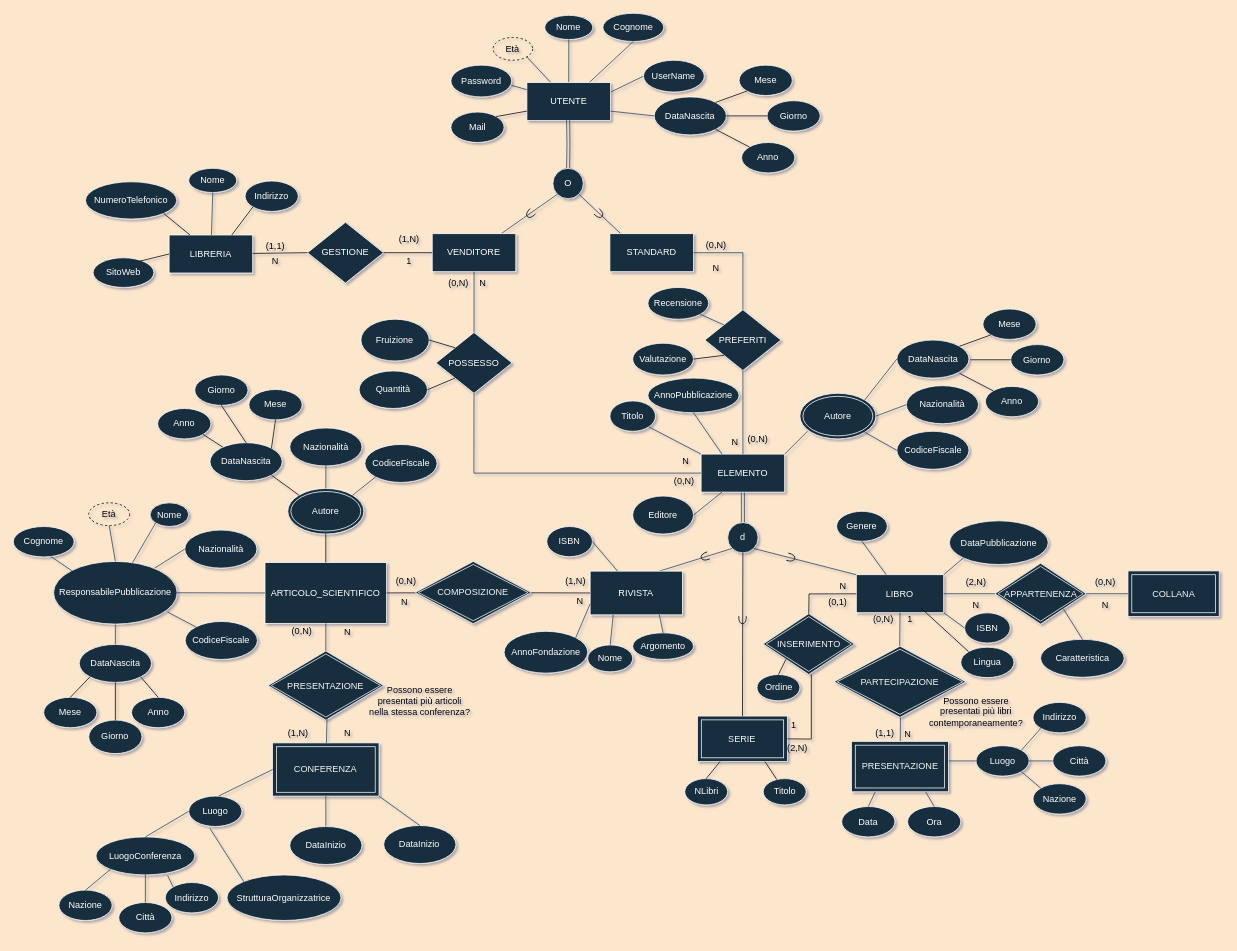
Earlier version of the draw.io diagram diagrammaER_v1.2.2.drawio (Giovk/Sistema-di-una-Bibleoteca-Digitale). Source tidied: cells renumbered, new cells numbered last; positions are measured from the earlier drawing's top-left corner, leaving out a move shared by most shapes. Both pictures are drawn from the tidied source at 76%, with x=0, y=0 at pixel (13, 13).
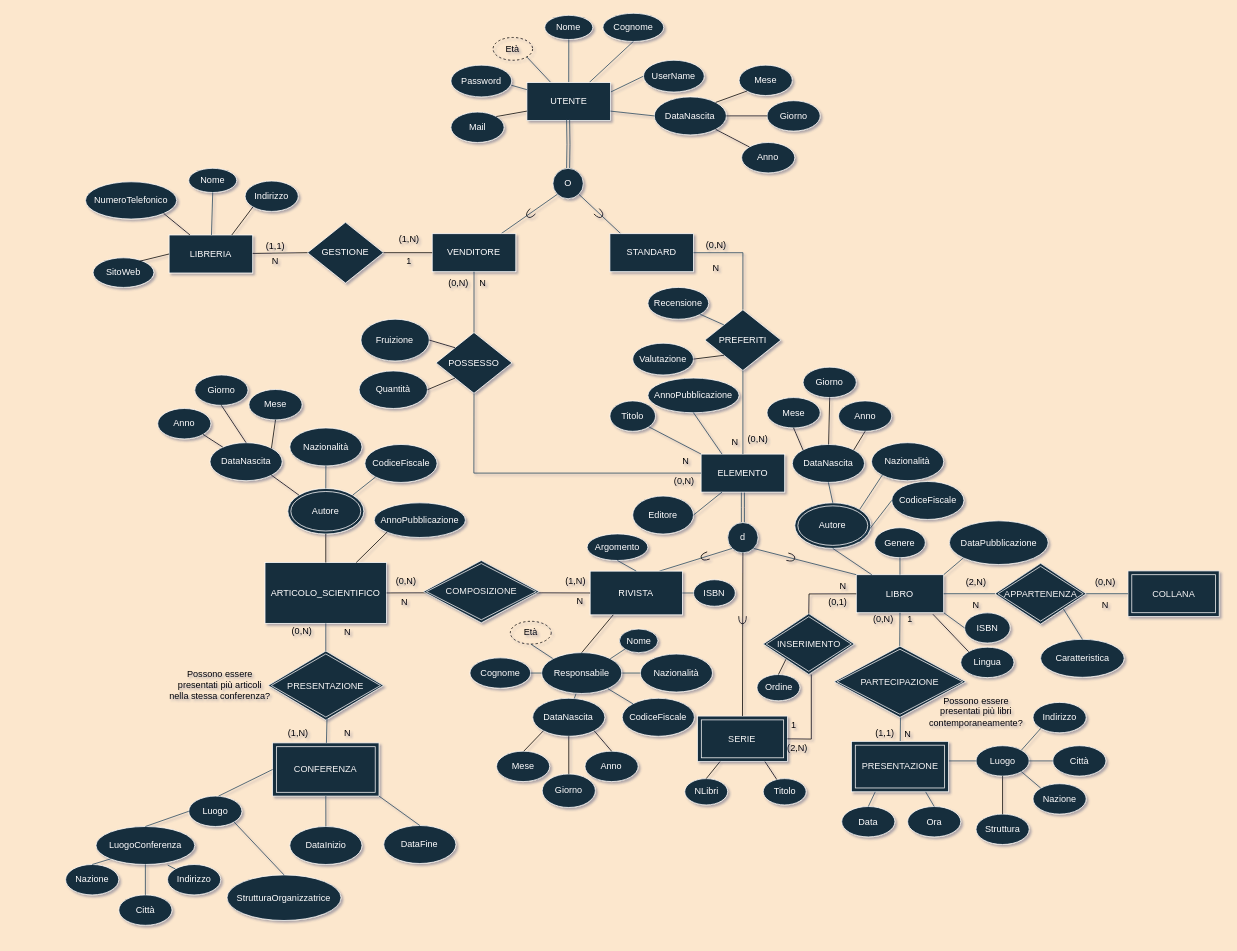
After the change.

The change refers to these unchanged cells:
```xml
<mxCell id="4" value="ARTICOLO_SCIENTIFICO" style="rounded=0;whiteSpace=wrap;html=1;fillColor=#182E3E;strokeColor=#FFFFFF;fontColor=#FFFFFF;" parent="1" vertex="1">
  <mxGeometry x="331.2" y="722.7" width="160" height="80" as="geometry" />
</mxCell>
<mxCell id="5" value="LIBRO" style="rounded=0;whiteSpace=wrap;html=1;fillColor=#182E3E;strokeColor=#FFFFFF;fontColor=#FFFFFF;" parent="1" vertex="1">
  <mxGeometry x="1109.2" y="738.7" width="115" height="50" as="geometry" />
</mxCell>
<mxCell id="20" value="Luogo" style="ellipse;whiteSpace=wrap;html=1;fillColor=#182E3E;strokeColor=#FFFFFF;fontColor=#FFFFFF;" parent="1" vertex="1">
  <mxGeometry x="1266.7" y="963.7" width="70" height="40" as="geometry" />
</mxCell>
<mxCell id="37" value="1" style="text;html=1;strokeColor=none;fillColor=none;align=center;verticalAlign=middle;whiteSpace=wrap;rounded=0;fontColor=#000000;" parent="1" vertex="1">
  <mxGeometry x="1150" y="783.2" width="60" height="30" as="geometry" />
</mxCell>
<mxCell id="52" value="Lingua" style="ellipse;whiteSpace=wrap;html=1;fillColor=#182E3E;strokeColor=#FFFFFF;fontColor=#FFFFFF;" parent="1" vertex="1">
  <mxGeometry x="1246.7" y="834.1" width="70" height="40" as="geometry" />
</mxCell>
<mxCell id="59" value="RIVISTA" style="rounded=0;whiteSpace=wrap;html=1;fillColor=#182E3E;strokeColor=#FFFFFF;fontColor=#FFFFFF;" parent="1" vertex="1">
  <mxGeometry x="759" y="734" width="121.4" height="57.5" as="geometry" />
</mxCell>
<mxCell id="78" value="Luogo" style="ellipse;whiteSpace=wrap;html=1;fillColor=#182E3E;strokeColor=#FFFFFF;fontColor=#FFFFFF;" parent="1" vertex="1">
  <mxGeometry x="230.8" y="1030" width="70" height="40" as="geometry" />
</mxCell>
<mxCell id="86" value="StrutturaOrganizzatrice" style="ellipse;whiteSpace=wrap;html=1;fillColor=#182E3E;strokeColor=#FFFFFF;fontColor=#FFFFFF;" parent="1" vertex="1">
  <mxGeometry x="281.2" y="1133.7" width="150" height="60" as="geometry" />
</mxCell>
```

The edit, as a diff of the source:
```diff
@@
     <mxCell id="10" value="Autore" style="ellipse;shape=doubleEllipse;whiteSpace=wrap;html=1;fillColor=#182E3E;strokeColor=#FFFFFF;fontColor=#FFFFFF;" parent="1" vertex="1">
-      <mxGeometry x="1035" y="500" width="100" height="60" as="geometry" />
+      <mxGeometry x="1028.3" y="644.1" width="100" height="60" as="geometry" />
     </mxCell>
-    <mxCell id="11" style="endArrow=none;html=1;rounded=0;labelBackgroundColor=#FCE7CD;strokeColor=#23445D;" parent="1" edge="1">
-      <mxGeometry relative="1" as="geometry">
-        <mxPoint x="1015" y="580" as="sourcePoint" />
-        <mxPoint x="1045" y="550" as="targetPoint" />
-      </mxGeometry>
+    <mxCell id="11" style="endArrow=none;html=1;rounded=0;labelBackgroundColor=#FCE7CD;strokeColor=#23445D;entryX=0.5;entryY=1;entryDx=0;entryDy=0;" parent="1" edge="1" source="5" target="10">
+      <mxGeometry relative="1" as="geometry" />
     </mxCell>
@@
     <mxCell id="41" value="DataNascita" style="ellipse;whiteSpace=wrap;html=1;fillColor=#182E3E;strokeColor=#FFFFFF;fontColor=#FFFFFF;" parent="1" vertex="1">
-      <mxGeometry x="1162.5" y="430" width="95" height="50" as="geometry" />
+      <mxGeometry x="1025" y="567.3" width="95" height="50" as="geometry" />
     </mxCell>
@@
     <mxCell id="43" value="CodiceFiscale" style="ellipse;whiteSpace=wrap;html=1;fillColor=#182E3E;strokeColor=#FFFFFF;fontColor=#FFFFFF;" parent="1" vertex="1">
-      <mxGeometry x="1162.5" y="550" width="95" height="50" as="geometry" />
+      <mxGeometry x="1155.8" y="616" width="95" height="50" as="geometry" />
     </mxCell>
@@
     <mxCell id="46" value="Nazionalità" style="ellipse;whiteSpace=wrap;html=1;strokeColor=#FFFFFF;fontColor=#FFFFFF;fillColor=#182E3E;" parent="1" vertex="1">
-      <mxGeometry x="1175" y="490" width="95" height="50" as="geometry" />
+      <mxGeometry x="1129.2" y="565" width="95" height="50" as="geometry" />
     </mxCell>
-    <mxCell id="47" style="endArrow=none;html=1;rounded=0;strokeColor=#23445D;entryX=0;entryY=0.5;entryDx=0;entryDy=0;exitX=1;exitY=0.5;exitDx=0;exitDy=0;" parent="1" edge="1" source="10" target="46">
+    <mxCell id="47" style="endArrow=none;html=1;rounded=0;strokeColor=#23445D;entryX=0;entryY=1;entryDx=0;entryDy=0;exitX=1;exitY=0;exitDx=0;exitDy=0;" parent="1" edge="1" source="10" target="46">
       <mxGeometry relative="1" as="geometry" />
     </mxCell>
@@
     <mxCell id="53" value="Genere" style="ellipse;whiteSpace=wrap;html=1;fillColor=#182E3E;strokeColor=#FFFFFF;fontColor=#FFFFFF;" parent="1" vertex="1">
-      <mxGeometry x="1083.3" y="655.3" width="66.7" height="39.4" as="geometry" />
+      <mxGeometry x="1133.3" y="676.9" width="66.7" height="39.4" as="geometry" />
     </mxCell>
@@
-    <mxCell id="61" value="Nome" style="ellipse;whiteSpace=wrap;html=1;fillColor=#182E3E;strokeColor=#FFFFFF;fontColor=#FFFFFF;" parent="1" vertex="1">
-      <mxGeometry x="755.8" y="831.1" width="59.2" height="35.4" as="geometry" />
-    </mxCell>
-    <mxCell id="62" style="endArrow=none;html=1;rounded=0;strokeColor=#23445D;fontColor=#000000;entryX=0.25;entryY=1;entryDx=0;entryDy=0;exitX=0.5;exitY=0;exitDx=0;exitDy=0;" parent="1" edge="1" source="61" target="59">
-      <mxGeometry relative="1" as="geometry" />
-    </mxCell>
     <mxCell id="63" value="Argomento" style="ellipse;whiteSpace=wrap;html=1;fillColor=#182E3E;strokeColor=#FFFFFF;fontColor=#FFFFFF;" parent="1" vertex="1">
-      <mxGeometry x="815" y="815.2" width="80" height="35" as="geometry" />
+      <mxGeometry x="755" y="685" width="80" height="35" as="geometry" />
     </mxCell>
-    <mxCell id="64" style="endArrow=none;html=1;rounded=0;strokeColor=#23445D;fontColor=#000000;entryX=0.5;entryY=0;entryDx=0;entryDy=0;exitX=0.75;exitY=1;exitDx=0;exitDy=0;" parent="1" edge="1" source="59" target="63">
+    <mxCell id="64" style="endArrow=none;html=1;rounded=0;strokeColor=#23445D;fontColor=#000000;entryX=0.5;entryY=1;entryDx=0;entryDy=0;exitX=0.5;exitY=0;exitDx=0;exitDy=0;" parent="1" edge="1" source="59" target="63">
       <mxGeometry relative="1" as="geometry" />
     </mxCell>
-    <mxCell id="65" value="AnnoFondazione" style="ellipse;whiteSpace=wrap;html=1;fillColor=#182E3E;strokeColor=#FFFFFF;fontColor=#FFFFFF;" parent="1" vertex="1">
-      <mxGeometry x="645.8" y="813.2" width="110" height="55" as="geometry" />
-    </mxCell>
-    <mxCell id="66" style="endArrow=none;html=1;rounded=0;strokeColor=#23445D;fontColor=#000000;exitX=1;exitY=0;exitDx=0;exitDy=0;entryX=0;entryY=0.75;entryDx=0;entryDy=0;" parent="1" edge="1" source="65" target="59">
-      <mxGeometry relative="1" as="geometry" />
-    </mxCell>
     <mxCell id="67" value="Nome" style="ellipse;whiteSpace=wrap;html=1;fillColor=#182E3E;strokeColor=#FFFFFF;fontColor=#FFFFFF;" parent="1" vertex="1">
-      <mxGeometry x="180" y="644.1" width="50.8" height="31.2" as="geometry" />
+      <mxGeometry x="797.5" y="810.1" width="50.8" height="31.2" as="geometry" />
     </mxCell>
     <mxCell id="68" value="Cognome" style="ellipse;whiteSpace=wrap;html=1;fillColor=#182E3E;strokeColor=#FFFFFF;fontColor=#FFFFFF;" parent="1" vertex="1">
-      <mxGeometry y="675.3" width="80" height="40" as="geometry" />
+      <mxGeometry x="600.8" y="848.1" width="80" height="40" as="geometry" />
     </mxCell>
     <mxCell id="69" value="DataNascita" style="ellipse;whiteSpace=wrap;html=1;fillColor=#182E3E;strokeColor=#FFFFFF;fontColor=#FFFFFF;" parent="1" vertex="1">
-      <mxGeometry x="86.8" y="830.4" width="95" height="50" as="geometry" />
+      <mxGeometry x="683.4" y="901.3" width="95" height="50" as="geometry" />
     </mxCell>
@@
     <mxCell id="71" value="CodiceFiscale" style="ellipse;whiteSpace=wrap;html=1;fillColor=#182E3E;strokeColor=#FFFFFF;fontColor=#FFFFFF;" parent="1" vertex="1">
-      <mxGeometry x="226.2" y="800.2" width="95" height="50" as="geometry" />
+      <mxGeometry x="801.2" y="901.3" width="95" height="50" as="geometry" />
     </mxCell>
     <mxCell id="72" value="Nazionalità" style="ellipse;whiteSpace=wrap;html=1;strokeColor=#FFFFFF;fontColor=#FFFFFF;fillColor=#182E3E;" parent="1" vertex="1">
-      <mxGeometry x="225.6" y="680" width="95" height="50" as="geometry" />
+      <mxGeometry x="825" y="843.1" width="95" height="50" as="geometry" />
     </mxCell>
-    <mxCell id="73" style="endArrow=none;html=1;rounded=0;strokeColor=#23445D;entryX=0;entryY=0.5;entryDx=0;entryDy=0;" parent="1" edge="1" source="76" target="72">
+    <mxCell id="73" style="endArrow=none;html=1;rounded=0;strokeColor=#23445D;entryX=0;entryY=0.5;entryDx=0;entryDy=0;exitX=1;exitY=0.5;exitDx=0;exitDy=0;" parent="1" edge="1" source="76" target="72">
       <mxGeometry relative="1" as="geometry" />
     </mxCell>
     <mxCell id="74" value="&lt;font color=&quot;#000000&quot;&gt;Età&lt;/font&gt;" style="ellipse;whiteSpace=wrap;html=1;align=center;dashed=1;strokeColor=#000000;fontColor=#FFFFFF;fillColor=none;" parent="1" vertex="1">
-      <mxGeometry x="99.3" y="644.1" width="53.8" height="30" as="geometry" />
+      <mxGeometry x="654" y="800" width="53.8" height="30" as="geometry" />
     </mxCell>
-    <mxCell id="75" style="endArrow=none;html=1;rounded=0;strokeColor=#23445D;fontColor=#000000;exitX=0.5;exitY=1;exitDx=0;exitDy=0;entryX=0.5;entryY=0;entryDx=0;entryDy=0;" parent="1" edge="1" source="74" target="76">
+    <mxCell id="75" style="endArrow=none;html=1;rounded=0;strokeColor=#23445D;fontColor=#000000;exitX=0.5;exitY=1;exitDx=0;exitDy=0;entryX=0;entryY=0;entryDx=0;entryDy=0;" parent="1" edge="1" source="74" target="76">
       <mxGeometry relative="1" as="geometry" />
     </mxCell>
-    <mxCell id="76" value="ResponsabilePubblicazione" style="ellipse;whiteSpace=wrap;html=1;fillColor=#182E3E;strokeColor=#FFFFFF;fontColor=#FFFFFF;" parent="1" vertex="1">
-      <mxGeometry x="53" y="721.2" width="162.6" height="82.5" as="geometry" />
+    <mxCell id="76" value="Responsabile" style="ellipse;whiteSpace=wrap;html=1;fillColor=#182E3E;strokeColor=#FFFFFF;fontColor=#FFFFFF;" parent="1" vertex="1">
+      <mxGeometry x="695.1" y="841.2" width="105.6" height="53.8" as="geometry" />
     </mxCell>
-    <mxCell id="77" style="endArrow=none;html=1;rounded=0;strokeColor=#23445D;fontColor=#000000;entryX=0.923;entryY=0.808;entryDx=0;entryDy=0;exitX=0;exitY=0;exitDx=0;exitDy=0;entryPerimeter=0;" parent="1" edge="1" source="71" target="76">
+    <mxCell id="77" style="endArrow=none;html=1;rounded=0;strokeColor=#23445D;fontColor=#000000;exitX=0;exitY=0;exitDx=0;exitDy=0;" parent="1" edge="1" source="71" target="76">
       <mxGeometry relative="1" as="geometry" />
     </mxCell>
@@
-    <mxCell id="82" value="DataInizio" style="ellipse;whiteSpace=wrap;html=1;fillColor=#182E3E;strokeColor=#FFFFFF;fontColor=#FFFFFF;" parent="1" vertex="1">
+    <mxCell id="82" value="DataFine" style="ellipse;whiteSpace=wrap;html=1;fillColor=#182E3E;strokeColor=#FFFFFF;fontColor=#FFFFFF;" parent="1" vertex="1">
       <mxGeometry x="487.4" y="1068.7" width="95" height="50" as="geometry" />
     </mxCell>
@@
     <mxCell id="84" value="LuogoConferenza" style="ellipse;whiteSpace=wrap;html=1;fillColor=#182E3E;strokeColor=#FFFFFF;fontColor=#FFFFFF;" parent="1" vertex="1">
-      <mxGeometry x="108.8" y="1083.7" width="130" height="50" as="geometry" />
+      <mxGeometry x="108.8" y="1070" width="130" height="50" as="geometry" />
     </mxCell>
@@
-    <mxCell id="87" style="endArrow=none;html=1;rounded=0;strokeColor=#23445D;fontColor=#000000;exitX=0.398;exitY=1.059;exitDx=0;exitDy=0;entryX=0;entryY=0;entryDx=0;entryDy=0;exitPerimeter=0;" parent="1" edge="1" source="78" target="86">
+    <mxCell id="87" style="endArrow=none;html=1;rounded=0;strokeColor=#23445D;fontColor=#000000;exitX=1;exitY=1;exitDx=0;exitDy=0;entryX=0.5;entryY=0;entryDx=0;entryDy=0;" parent="1" edge="1" source="78" target="86">
       <mxGeometry relative="1" as="geometry" />
     </mxCell>
     <mxCell id="88" value="Nazione" style="ellipse;whiteSpace=wrap;html=1;fillColor=#182E3E;strokeColor=#FFFFFF;fontColor=#FFFFFF;" parent="1" vertex="1">
-      <mxGeometry x="60" y="1153.7" width="70" height="40" as="geometry" />
+      <mxGeometry x="68.8" y="1120" width="70" height="40" as="geometry" />
     </mxCell>
@@
     <mxCell id="90" value="Città" style="ellipse;whiteSpace=wrap;html=1;fillColor=#182E3E;strokeColor=#FFFFFF;fontColor=#FFFFFF;" parent="1" vertex="1">
-      <mxGeometry x="138.8" y="1170" width="70" height="40" as="geometry" />
+      <mxGeometry x="138.8" y="1160" width="70" height="40" as="geometry" />
     </mxCell>
@@
     <mxCell id="92" value="Indirizzo" style="ellipse;whiteSpace=wrap;html=1;fillColor=#182E3E;strokeColor=#FFFFFF;fontColor=#FFFFFF;" parent="1" vertex="1">
-      <mxGeometry x="200" y="1143.7" width="70" height="40" as="geometry" />
+      <mxGeometry x="202.9" y="1120" width="70" height="40" as="geometry" />
     </mxCell>
@@
-    <mxCell id="94" style="endArrow=none;html=1;rounded=0;strokeColor=#23445D;fontColor=#000000;entryX=0;entryY=0.5;entryDx=0;entryDy=0;" parent="1" edge="1" source="76">
-      <mxGeometry relative="1" as="geometry">
-        <mxPoint x="331.2" y="762.7" as="targetPoint" />
-      </mxGeometry>
-    </mxCell>
-    <mxCell id="95" style="endArrow=none;html=1;rounded=0;strokeColor=#23445D;fontColor=#000000;entryX=0.615;entryY=0.98;entryDx=0;entryDy=0;entryPerimeter=0;exitX=0;exitY=0;exitDx=0;exitDy=0;" parent="1" edge="1" source="76" target="68">
+    <mxCell id="95" style="endArrow=none;html=1;rounded=0;strokeColor=#23445D;fontColor=#000000;entryX=1;entryY=0.5;entryDx=0;entryDy=0;exitX=0;exitY=0.5;exitDx=0;exitDy=0;" parent="1" edge="1" source="76" target="68">
       <mxGeometry relative="1" as="geometry" />
     </mxCell>
-    <mxCell id="96" style="endArrow=none;html=1;rounded=0;strokeColor=#23445D;fontColor=#000000;exitX=0;exitY=1;exitDx=0;exitDy=0;" parent="1" edge="1" source="67" target="76">
+    <mxCell id="96" style="endArrow=none;html=1;rounded=0;strokeColor=#23445D;fontColor=#000000;exitX=0;exitY=1;exitDx=0;exitDy=0;entryX=1;entryY=0;entryDx=0;entryDy=0;" parent="1" edge="1" source="67" target="76">
       <mxGeometry relative="1" as="geometry" />
     </mxCell>
@@
-    <mxCell id="102" style="endArrow=none;html=1;rounded=0;strokeColor=#23445D;fontColor=#000000;entryX=0;entryY=0.5;entryDx=0;entryDy=0;exitX=1;exitY=0;exitDx=0;exitDy=0;" parent="1" edge="1" source="10" target="41">
+    <mxCell id="102" style="endArrow=none;html=1;rounded=0;strokeColor=#23445D;fontColor=#000000;entryX=0.5;entryY=1;entryDx=0;entryDy=0;exitX=0.5;exitY=0;exitDx=0;exitDy=0;" parent="1" edge="1" source="10" target="41">
       <mxGeometry relative="1" as="geometry" />
     </mxCell>
@@
     <mxCell id="130" value="ISBN" style="ellipse;whiteSpace=wrap;html=1;fillColor=#182E3E;strokeColor=#FFFFFF;fontColor=#FFFFFF;" parent="1" vertex="1">
-      <mxGeometry x="702" y="675.3" width="60" height="39.7" as="geometry" />
+      <mxGeometry x="895" y="745.3" width="55" height="34.9" as="geometry" />
     </mxCell>
-    <mxCell id="131" style="endArrow=none;html=1;rounded=0;strokeColor=#23445D;fontColor=#000000;exitX=1;exitY=0.5;exitDx=0;exitDy=0;" parent="1" edge="1" source="130" target="59">
+    <mxCell id="131" style="endArrow=none;html=1;rounded=0;strokeColor=#23445D;fontColor=#000000;exitX=0;exitY=0.5;exitDx=0;exitDy=0;entryX=1;entryY=0.5;entryDx=0;entryDy=0;" parent="1" edge="1" source="130" target="59">
       <mxGeometry relative="1" as="geometry" />
     </mxCell>
@@
     <mxCell id="167" value="Mese" style="ellipse;whiteSpace=wrap;html=1;fillColor=#182E3E;strokeColor=#FFFFFF;fontColor=#FFFFFF;" parent="1" vertex="1">
-      <mxGeometry x="1275.8" y="389.1" width="70" height="40" as="geometry" />
+      <mxGeometry x="991.7" y="505.6" width="70" height="40" as="geometry" />
     </mxCell>
     <mxCell id="168" value="Giorno" style="ellipse;whiteSpace=wrap;html=1;fillColor=#182E3E;strokeColor=#FFFFFF;fontColor=#FFFFFF;" parent="1" vertex="1">
-      <mxGeometry x="1312.4" y="435.9" width="70" height="40" as="geometry" />
+      <mxGeometry x="1039.2" y="465.6" width="70" height="40" as="geometry" />
     </mxCell>
     <mxCell id="169" value="Anno" style="ellipse;whiteSpace=wrap;html=1;fillColor=#182E3E;strokeColor=#FFFFFF;fontColor=#FFFFFF;" parent="1" vertex="1">
-      <mxGeometry x="1279.1" y="490.9" width="70" height="40" as="geometry" />
+      <mxGeometry x="1085.8" y="510" width="70" height="40" as="geometry" />
     </mxCell>
-    <mxCell id="170" style="endArrow=none;html=1;rounded=0;entryX=0;entryY=1;entryDx=0;entryDy=0;exitX=1;exitY=0;exitDx=0;exitDy=0;" parent="1" edge="1" target="167">
-      <mxGeometry relative="1" as="geometry">
-        <mxPoint x="1245" y="438.1" as="sourcePoint" />
-      </mxGeometry>
+    <mxCell id="170" style="endArrow=none;html=1;rounded=0;entryX=0.5;entryY=1;entryDx=0;entryDy=0;exitX=0;exitY=0;exitDx=0;exitDy=0;" parent="1" edge="1" source="41" target="167">
+      <mxGeometry relative="1" as="geometry" />
     </mxCell>
-    <mxCell id="171" style="endArrow=none;html=1;rounded=0;entryX=0;entryY=0.5;entryDx=0;entryDy=0;" parent="1" edge="1" target="168">
-      <mxGeometry relative="1" as="geometry">
-        <mxPoint x="1259.1" y="455.9" as="sourcePoint" />
-      </mxGeometry>
+    <mxCell id="171" style="endArrow=none;html=1;rounded=0;entryX=0.5;entryY=1;entryDx=0;entryDy=0;" parent="1" edge="1" source="41" target="168">
+      <mxGeometry relative="1" as="geometry" />
     </mxCell>
-    <mxCell id="172" style="endArrow=none;html=1;rounded=0;entryX=0;entryY=0;entryDx=0;entryDy=0;exitX=1;exitY=1;exitDx=0;exitDy=0;" parent="1" edge="1" target="169">
-      <mxGeometry relative="1" as="geometry">
-        <mxPoint x="1245" y="473.7" as="sourcePoint" />
-      </mxGeometry>
+    <mxCell id="172" style="endArrow=none;html=1;rounded=0;entryX=0.5;entryY=1;entryDx=0;entryDy=0;exitX=1;exitY=0;exitDx=0;exitDy=0;" parent="1" edge="1" source="41" target="169">
+      <mxGeometry relative="1" as="geometry" />
     </mxCell>
     <mxCell id="173" value="Mese" style="ellipse;whiteSpace=wrap;html=1;fillColor=#182E3E;strokeColor=#FFFFFF;fontColor=#FFFFFF;" parent="1" vertex="1">
-      <mxGeometry x="40" y="900" width="70" height="40" as="geometry" />
+      <mxGeometry x="635.8" y="970.9" width="70" height="40" as="geometry" />
     </mxCell>
     <mxCell id="174" value="Giorno" style="ellipse;whiteSpace=wrap;html=1;fillColor=#182E3E;strokeColor=#FFFFFF;fontColor=#FFFFFF;" parent="1" vertex="1">
-      <mxGeometry x="99.3" y="930" width="70" height="44.1" as="geometry" />
+      <mxGeometry x="695.9" y="1000.9" width="70" height="44.1" as="geometry" />
     </mxCell>
     <mxCell id="175" value="Anno" style="ellipse;whiteSpace=wrap;html=1;fillColor=#182E3E;strokeColor=#FFFFFF;fontColor=#FFFFFF;" parent="1" vertex="1">
-      <mxGeometry x="155.6" y="900" width="70" height="40" as="geometry" />
+      <mxGeometry x="752.2" y="970.9" width="70" height="40" as="geometry" />
     </mxCell>
-    <mxCell id="176" style="endArrow=none;html=1;rounded=0;exitX=0.5;exitY=0;exitDx=0;exitDy=0;entryX=0;entryY=1;entryDx=0;entryDy=0;" parent="1" edge="1" source="173" target="69">
-      <mxGeometry relative="1" as="geometry" />
+    <mxCell id="176" style="endArrow=none;html=1;rounded=0;exitX=0.5;exitY=0;exitDx=0;exitDy=0;entryX=0;entryY=1;entryDx=0;entryDy=0;" parent="1" edge="1" target="69">
+      <mxGeometry relative="1" as="geometry">
+        <mxPoint x="671.7" y="970.9" as="sourcePoint" />
+      </mxGeometry>
     </mxCell>
@@
     <mxCell id="207" value="Possono essere presentati più articoli nella stessa conferenza?" style="text;html=1;strokeColor=none;fillColor=none;align=center;verticalAlign=middle;whiteSpace=wrap;rounded=0;" parent="1" vertex="1">
-      <mxGeometry x="465.8" y="870" width="138.3" height="70" as="geometry" />
+      <mxGeometry x="202.9" y="848.7" width="138.3" height="70" as="geometry" />
     </mxCell>
@@
     <mxCell id="210" value="&lt;font color=&quot;#f5f5f5&quot;&gt;COMPOSIZIONE&lt;/font&gt;" style="shape=rhombus;double=1;perimeter=rhombusPerimeter;whiteSpace=wrap;html=1;align=center;fillColor=#182E3E;fillStyle=auto;strokeColor=#F5F5F5;" parent="1" vertex="1">
-      <mxGeometry x="529" y="721.2" width="152.4" height="82" as="geometry" />
+      <mxGeometry x="539.6" y="720" width="152.4" height="82" as="geometry" />
     </mxCell>
@@
-    <mxCell id="214" style="endArrow=none;html=1;rounded=0;entryX=0;entryY=0;entryDx=0;entryDy=0;exitX=0.75;exitY=0;exitDx=0;exitDy=0;" parent="1" edge="1" source="37" target="52">
+    <mxCell id="214" style="endArrow=none;html=1;rounded=0;entryX=0;entryY=0;entryDx=0;entryDy=0;exitX=1;exitY=0.25;exitDx=0;exitDy=0;" parent="1" edge="1" source="37" target="52">
       <mxGeometry relative="1" as="geometry" />
     </mxCell>
@@
+    <mxCell id="228" value="Struttura" style="ellipse;whiteSpace=wrap;html=1;fillColor=#182E3E;strokeColor=#FFFFFF;fontColor=#FFFFFF;" parent="1" vertex="1">
+      <mxGeometry x="1266.7" y="1053.7" width="70" height="40" as="geometry" />
+    </mxCell>
+    <mxCell id="229" style="endArrow=none;html=1;rounded=0;entryX=0.5;entryY=1;entryDx=0;entryDy=0;" parent="1" edge="1" source="228" target="20">
+      <mxGeometry relative="1" as="geometry" />
+    </mxCell>
+    <mxCell id="230" value="AnnoPubblicazione" style="ellipse;whiteSpace=wrap;html=1;fillColor=#182E3E;strokeColor=#FFFFFF;fontColor=#FFFFFF;" parent="1" vertex="1">
+      <mxGeometry x="474.9" y="644.1" width="120" height="45.6" as="geometry" />
+    </mxCell>
+    <mxCell id="231" style="endArrow=none;html=1;rounded=0;exitX=0.75;exitY=0;exitDx=0;exitDy=0;entryX=0;entryY=1;entryDx=0;entryDy=0;" parent="1" edge="1" source="4" target="230">
+      <mxGeometry relative="1" as="geometry" />
+    </mxCell>
+    <mxCell id="232" style="endArrow=none;html=1;rounded=0;entryX=0.25;entryY=1;entryDx=0;entryDy=0;exitX=0.5;exitY=0;exitDx=0;exitDy=0;" parent="1" edge="1" source="76" target="59">
+      <mxGeometry relative="1" as="geometry" />
+    </mxCell>
```
